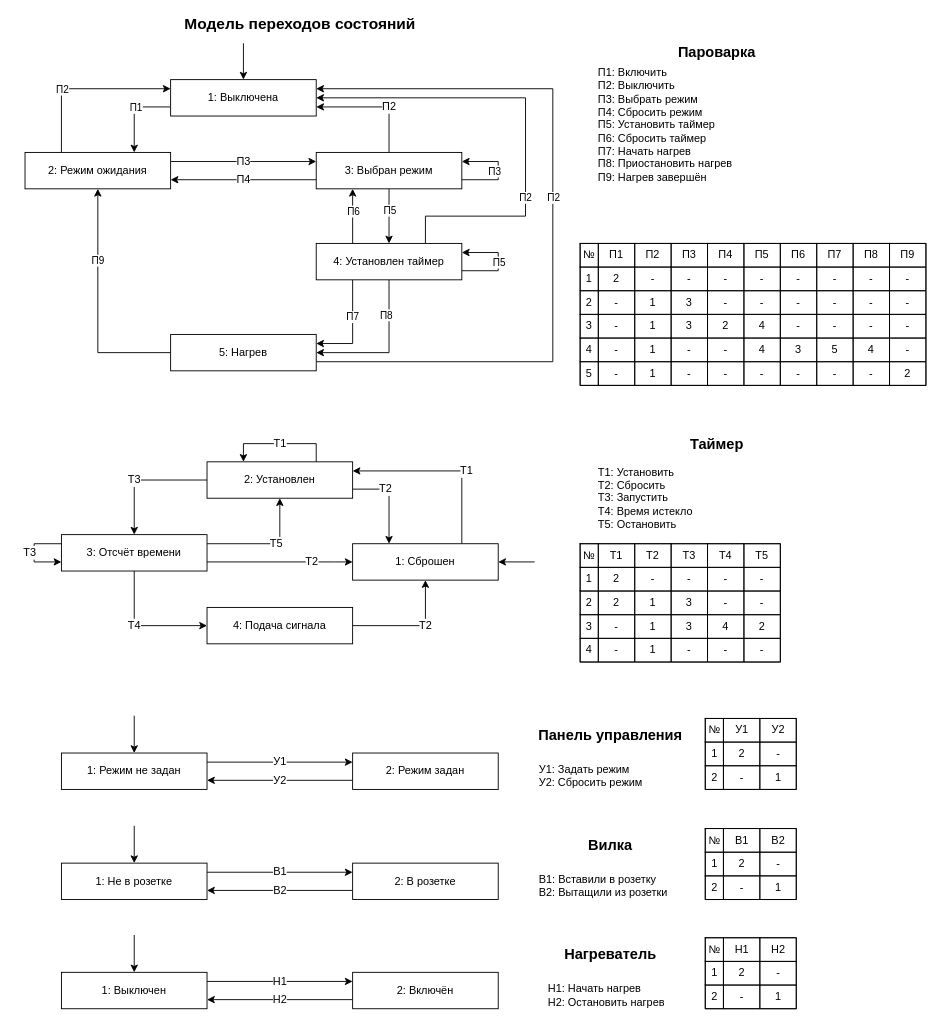
Earlier version of the draw.io diagram page "Диаграмма переходов состояний" (2 of 5) of lab_05/Diagram.drawio (Inspirate789/BMSTU-OOP-CPP). Source tidied: cells renumbered, new cells numbered last; positions are measured from the earlier drawing's top-left corner, leaving out a move shared by most shapes. Both pictures are drawn from the tidied source at 91%, with x=0, y=0 at pixel (15, 15).
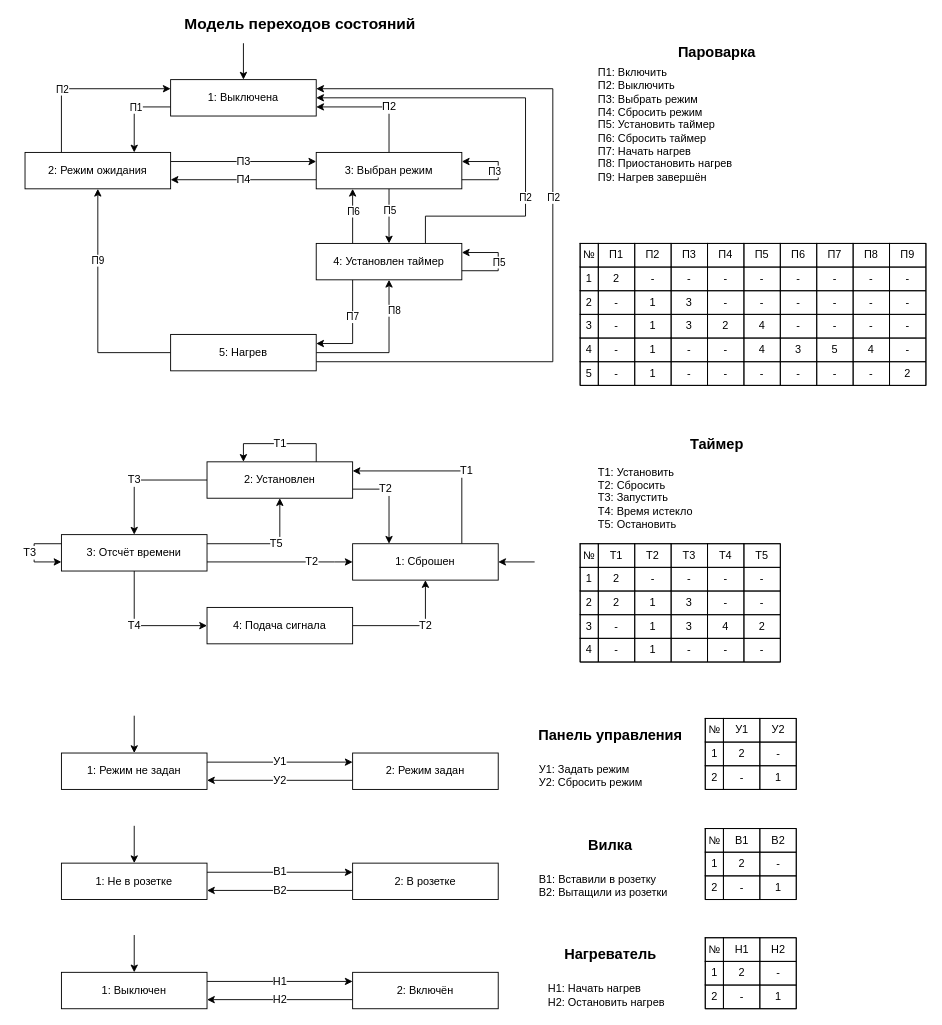
After the change.

The change refers to these unchanged cells:
```xml
<mxCell id="90" value="5: Нагрев" style="rounded=0;whiteSpace=wrap;html=1;labelBackgroundColor=#ffffff;" parent="1" vertex="1">
  <mxGeometry x="170" y="350" width="160" height="40" as="geometry" />
</mxCell>
<mxCell id="230" value="4: Установлен таймер" style="rounded=0;whiteSpace=wrap;html=1;labelBackgroundColor=#ffffff;" parent="1" vertex="1">
  <mxGeometry x="330" y="250" width="160" height="40" as="geometry" />
</mxCell>
```

The edit, as a diff of the source:
```diff
@@
-    <mxCell id="86" style="edgeStyle=orthogonalEdgeStyle;rounded=0;jettySize=auto;html=1;exitX=0.5;exitY=1;exitDx=0;exitDy=0;entryX=1;entryY=0.5;entryDx=0;entryDy=0;" parent="1" edge="1" source="230" target="90">
+    <mxCell id="86" style="edgeStyle=orthogonalEdgeStyle;rounded=0;jettySize=auto;html=1;exitX=1;exitY=0.5;exitDx=0;exitDy=0;entryX=0.5;entryY=1;entryDx=0;entryDy=0;" parent="1" edge="1" source="90" target="230">
       <mxGeometry relative="1" as="geometry">
         <Array as="points">
           <mxPoint x="410" y="370" />
         </Array>
       </mxGeometry>
     </mxCell>
```
